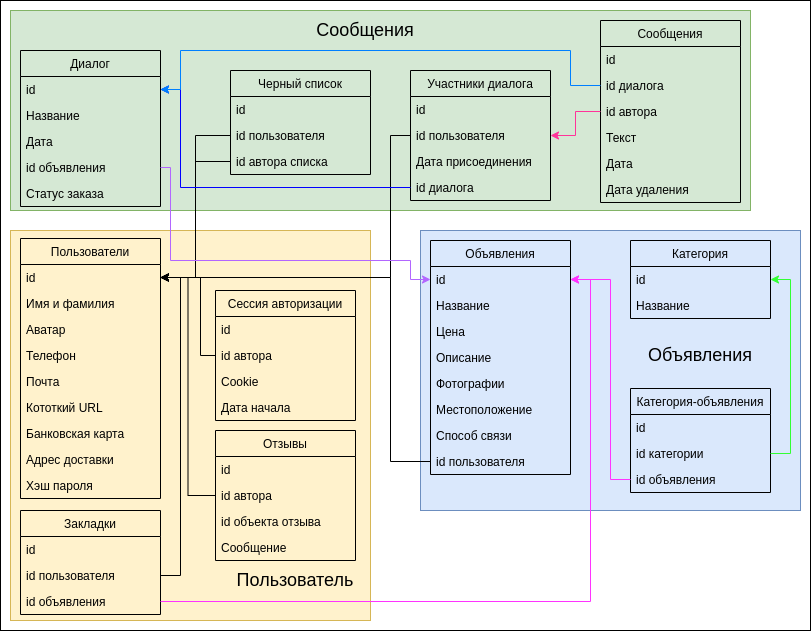
Above: logic.png in marksadykov/Highload_Ula (draw.io), before the change. Source tidied: cells renumbered, new cells last; positions are measured from the earlier drawing's top-left corner, leaving out a move shared by most shapes.
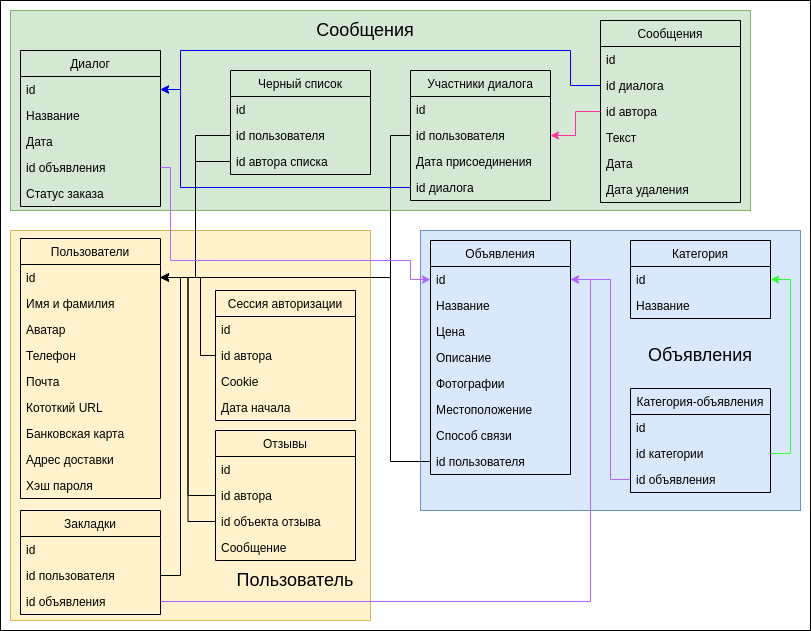
Later version of the same file.

Commit message:
физическая схема БД

Change to the diagram source:
```diff
@@ -141,7 +141,7 @@
     <mxCell id="44" value="id объявления" style="text;strokeColor=none;fillColor=none;align=left;verticalAlign=top;spacingLeft=4;spacingRight=4;overflow=hidden;points=[[0,0.5],[1,0.5]];portConstraint=eastwest;" parent="41" vertex="1">
       <mxGeometry y="78" width="140" height="26" as="geometry" />
     </mxCell>
-    <mxCell id="45" style="edgeStyle=orthogonalEdgeStyle;rounded=0;jettySize=auto;html=1;exitX=0;exitY=0.5;exitDx=0;exitDy=0;entryX=1;entryY=0.5;entryDx=0;entryDy=0;strokeColor=#FF33FF;" parent="1" edge="1" source="44" target="29">
+    <mxCell id="45" style="edgeStyle=orthogonalEdgeStyle;rounded=0;jettySize=auto;html=1;exitX=0;exitY=0.5;exitDx=0;exitDy=0;entryX=1;entryY=0.5;entryDx=0;entryDy=0;strokeColor=#B266FF;" parent="1" edge="1" source="44" target="29">
       <mxGeometry relative="1" as="geometry">
         <Array as="points">
           <mxPoint x="610" y="479" />
@@ -167,7 +167,7 @@
     <mxCell id="51" style="edgeStyle=orthogonalEdgeStyle;rounded=0;jettySize=auto;html=1;exitX=1;exitY=0.5;exitDx=0;exitDy=0;entryX=1;entryY=0.5;entryDx=0;entryDy=0;" parent="1" edge="1" source="49" target="7">
       <mxGeometry relative="1" as="geometry" />
     </mxCell>
-    <mxCell id="52" style="edgeStyle=orthogonalEdgeStyle;rounded=0;jettySize=auto;html=1;exitX=1;exitY=0.5;exitDx=0;exitDy=0;entryX=1;entryY=0.5;entryDx=0;entryDy=0;strokeColor=#FF33FF;" parent="1" edge="1" source="50" target="29">
+    <mxCell id="52" style="edgeStyle=orthogonalEdgeStyle;rounded=0;jettySize=auto;html=1;exitX=1;exitY=0.5;exitDx=0;exitDy=0;entryX=1;entryY=0.5;entryDx=0;entryDy=0;strokeColor=#B266FF;" parent="1" edge="1" source="50" target="29">
       <mxGeometry relative="1" as="geometry" />
     </mxCell>
     <mxCell id="53" value="Диалог" style="swimlane;fontStyle=0;horizontal=1;startSize=26;fillColor=none;" parent="1" vertex="1">
@@ -258,7 +258,7 @@
         </Array>
       </mxGeometry>
     </mxCell>
-    <mxCell id="79" style="edgeStyle=orthogonalEdgeStyle;rounded=0;jettySize=auto;html=1;exitX=0;exitY=0.5;exitDx=0;exitDy=0;entryX=1;entryY=0.5;entryDx=0;entryDy=0;strokeColor=#007FFF;" parent="1" edge="1" source="70" target="54">
+    <mxCell id="79" style="edgeStyle=orthogonalEdgeStyle;rounded=0;jettySize=auto;html=1;exitX=0;exitY=0.5;exitDx=0;exitDy=0;entryX=1;entryY=0.5;entryDx=0;entryDy=0;strokeColor=#0000FF;" parent="1" edge="1" source="70" target="54">
       <mxGeometry relative="1" as="geometry">
         <Array as="points">
           <mxPoint x="570" y="85" />
@@ -290,5 +290,8 @@
     <mxCell id="84" value="&lt;font style=&quot;font-size: 18px&quot;&gt;Пользователь&lt;/font&gt;" style="text;html=1;strokeColor=none;fillColor=none;align=center;verticalAlign=middle;whiteSpace=wrap;rounded=0;" parent="1" vertex="1">
       <mxGeometry x="240" y="570" width="110" height="20" as="geometry" />
     </mxCell>
+    <mxCell id="85" style="edgeStyle=orthogonalEdgeStyle;rounded=0;jettySize=auto;html=1;exitX=0;exitY=0.5;exitDx=0;exitDy=0;entryX=1;entryY=0.5;entryDx=0;entryDy=0;" parent="1" edge="1" source="19" target="7">
+      <mxGeometry relative="1" as="geometry" />
+    </mxCell>
   </root>
 </mxGraphModel>
```
